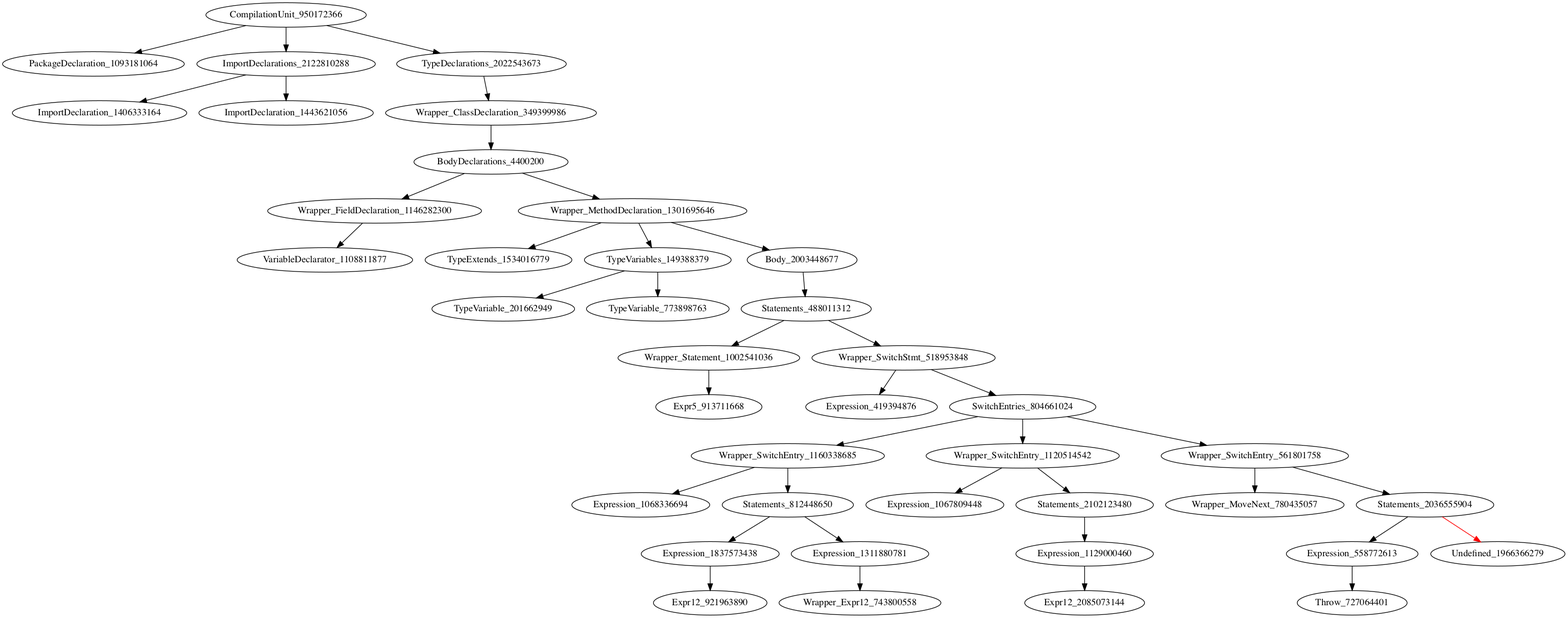
Before: holeAST.png, a diagram exported from Graphviz (icse2023material/VoiceJava). Its source is kept beside it as holeAST.dot. The source it was exported from:
```dot
digraph {
CompilationUnit_950172366 -> PackageDeclaration_1093181064
CompilationUnit_950172366 -> ImportDeclarations_2122810288
CompilationUnit_950172366 -> TypeDeclarations_2022543673
ImportDeclarations_2122810288 -> ImportDeclaration_1406333164
ImportDeclarations_2122810288 -> ImportDeclaration_1443621056
TypeDeclarations_2022543673 -> Wrapper_ClassDeclaration_349399986
Wrapper_ClassDeclaration_349399986 -> BodyDeclarations_4400200
BodyDeclarations_4400200 -> Wrapper_FieldDeclaration_1146282300
BodyDeclarations_4400200 -> Wrapper_MethodDeclaration_1301695646
Wrapper_FieldDeclaration_1146282300 -> VariableDeclarator_1108811877
Wrapper_MethodDeclaration_1301695646 -> TypeExtends_1534016779
Wrapper_MethodDeclaration_1301695646 -> TypeVariables_149388379
Wrapper_MethodDeclaration_1301695646 -> Body_2003448677
TypeVariables_149388379 -> TypeVariable_201662949
TypeVariables_149388379 -> TypeVariable_773898763
Body_2003448677 -> Statements_488011312
Statements_488011312 -> Wrapper_Statement_1002541036
Statements_488011312 -> Wrapper_SwitchStmt_518953848
Wrapper_Statement_1002541036 -> Expr5_913711668
Wrapper_SwitchStmt_518953848 -> Expression_419394876
Wrapper_SwitchStmt_518953848 -> SwitchEntries_804661024
SwitchEntries_804661024 -> Wrapper_SwitchEntry_1160338685
SwitchEntries_804661024 -> Wrapper_SwitchEntry_1120514542
SwitchEntries_804661024 -> Wrapper_SwitchEntry_561801758
Wrapper_SwitchEntry_1160338685 -> Expression_1068336694
Wrapper_SwitchEntry_1160338685 -> Statements_812448650
Wrapper_SwitchEntry_1120514542 -> Expression_1067809448
Wrapper_SwitchEntry_1120514542 -> Statements_2102123480
Wrapper_SwitchEntry_561801758 -> Wrapper_MoveNext_780435057
Wrapper_SwitchEntry_561801758 -> Statements_2036555904
Statements_812448650 -> Expression_1837573438
Statements_812448650 -> Expression_1311880781
Statements_2102123480 -> Expression_1129000460
Statements_2036555904 -> Expression_558772613
Statements_2036555904 -> Undefined_1966366279 [color = red]
Expression_1837573438 -> Expr12_921963890
Expression_1311880781 -> Wrapper_Expr12_743800558
Expression_1129000460 -> Expr12_2085073144
Expression_558772613 -> Throw_727064401
}
```
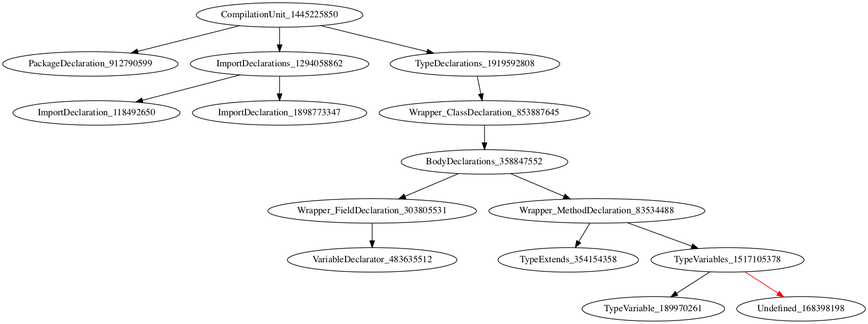
Above is the later version.

Diff of the diagram source:
```diff
@@ -1,41 +1,16 @@
 digraph {
-CompilationUnit_950172366 -> PackageDeclaration_1093181064
-CompilationUnit_950172366 -> ImportDeclarations_2122810288
-CompilationUnit_950172366 -> TypeDeclarations_2022543673
-ImportDeclarations_2122810288 -> ImportDeclaration_1406333164
-ImportDeclarations_2122810288 -> ImportDeclaration_1443621056
-TypeDeclarations_2022543673 -> Wrapper_ClassDeclaration_349399986
-Wrapper_ClassDeclaration_349399986 -> BodyDeclarations_4400200
-BodyDeclarations_4400200 -> Wrapper_FieldDeclaration_1146282300
-BodyDeclarations_4400200 -> Wrapper_MethodDeclaration_1301695646
-Wrapper_FieldDeclaration_1146282300 -> VariableDeclarator_1108811877
-Wrapper_MethodDeclaration_1301695646 -> TypeExtends_1534016779
-Wrapper_MethodDeclaration_1301695646 -> TypeVariables_149388379
-Wrapper_MethodDeclaration_1301695646 -> Body_2003448677
-TypeVariables_149388379 -> TypeVariable_201662949
-TypeVariables_149388379 -> TypeVariable_773898763
-Body_2003448677 -> Statements_488011312
-Statements_488011312 -> Wrapper_Statement_1002541036
-Statements_488011312 -> Wrapper_SwitchStmt_518953848
-Wrapper_Statement_1002541036 -> Expr5_913711668
-Wrapper_SwitchStmt_518953848 -> Expression_419394876
-Wrapper_SwitchStmt_518953848 -> SwitchEntries_804661024
-SwitchEntries_804661024 -> Wrapper_SwitchEntry_1160338685
-SwitchEntries_804661024 -> Wrapper_SwitchEntry_1120514542
-SwitchEntries_804661024 -> Wrapper_SwitchEntry_561801758
-Wrapper_SwitchEntry_1160338685 -> Expression_1068336694
-Wrapper_SwitchEntry_1160338685 -> Statements_812448650
-Wrapper_SwitchEntry_1120514542 -> Expression_1067809448
-Wrapper_SwitchEntry_1120514542 -> Statements_2102123480
-Wrapper_SwitchEntry_561801758 -> Wrapper_MoveNext_780435057
-Wrapper_SwitchEntry_561801758 -> Statements_2036555904
-Statements_812448650 -> Expression_1837573438
-Statements_812448650 -> Expression_1311880781
-Statements_2102123480 -> Expression_1129000460
-Statements_2036555904 -> Expression_558772613
-Statements_2036555904 -> Undefined_1966366279 [color = red]
-Expression_1837573438 -> Expr12_921963890
-Expression_1311880781 -> Wrapper_Expr12_743800558
-Expression_1129000460 -> Expr12_2085073144
-Expression_558772613 -> Throw_727064401
+CompilationUnit_1445225850 -> PackageDeclaration_912790599
+CompilationUnit_1445225850 -> ImportDeclarations_1294058862
+CompilationUnit_1445225850 -> TypeDeclarations_1919592808
+ImportDeclarations_1294058862 -> ImportDeclaration_118492650
+ImportDeclarations_1294058862 -> ImportDeclaration_1898773347
+TypeDeclarations_1919592808 -> Wrapper_ClassDeclaration_853887645
+Wrapper_ClassDeclaration_853887645 -> BodyDeclarations_358847552
+BodyDeclarations_358847552 -> Wrapper_FieldDeclaration_303805531
+BodyDeclarations_358847552 -> Wrapper_MethodDeclaration_83534488
+Wrapper_FieldDeclaration_303805531 -> VariableDeclarator_483635512
+Wrapper_MethodDeclaration_83534488 -> TypeExtends_354154358
+Wrapper_MethodDeclaration_83534488 -> TypeVariables_1517105378
+TypeVariables_1517105378 -> TypeVariable_189970261
+TypeVariables_1517105378 -> Undefined_168398198 [color = red]
 }
```
